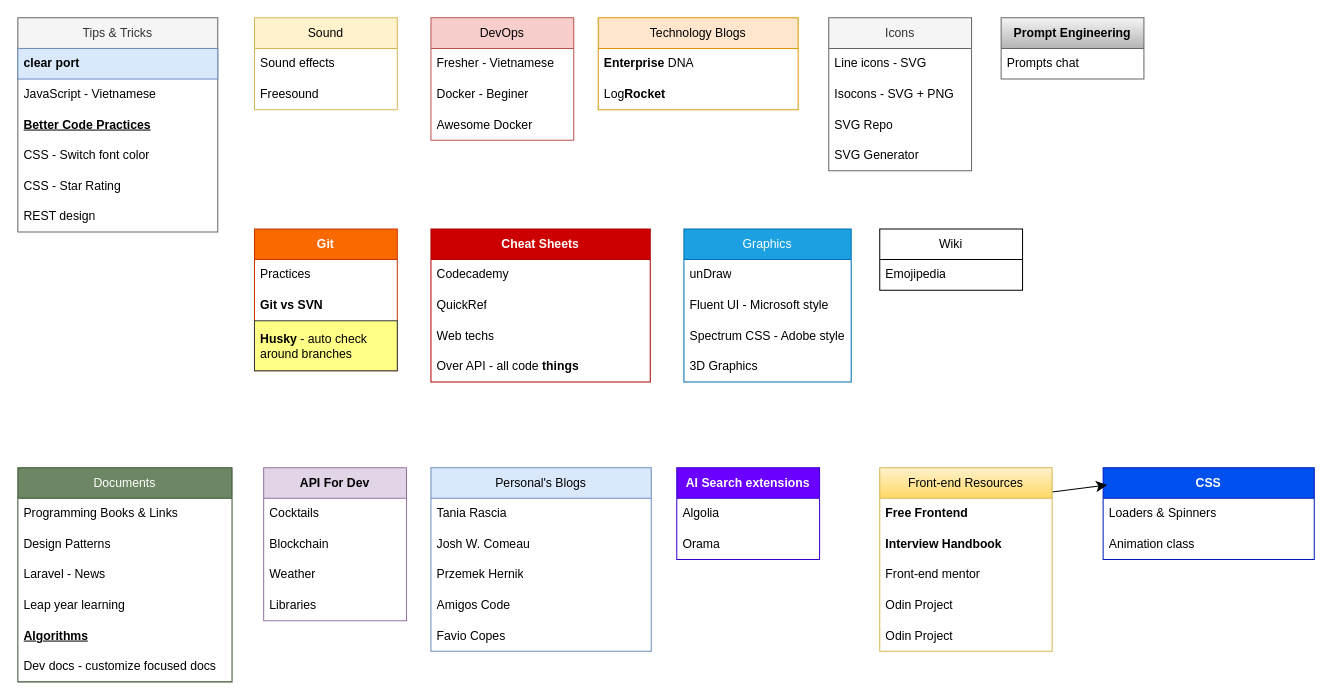
The draw.io diagram page "Resources" (4 of 5) of Link_Bookmarks.drawio in sunflynf/diagram-only, before the edit. Source tidied: cells renumbered, new cells numbered last; positions are measured from the earlier drawing's top-left corner, leaving out a move shared by most shapes. Both pictures are drawn from the tidied source at 102%, with x=0, y=0 at pixel (17, 17).
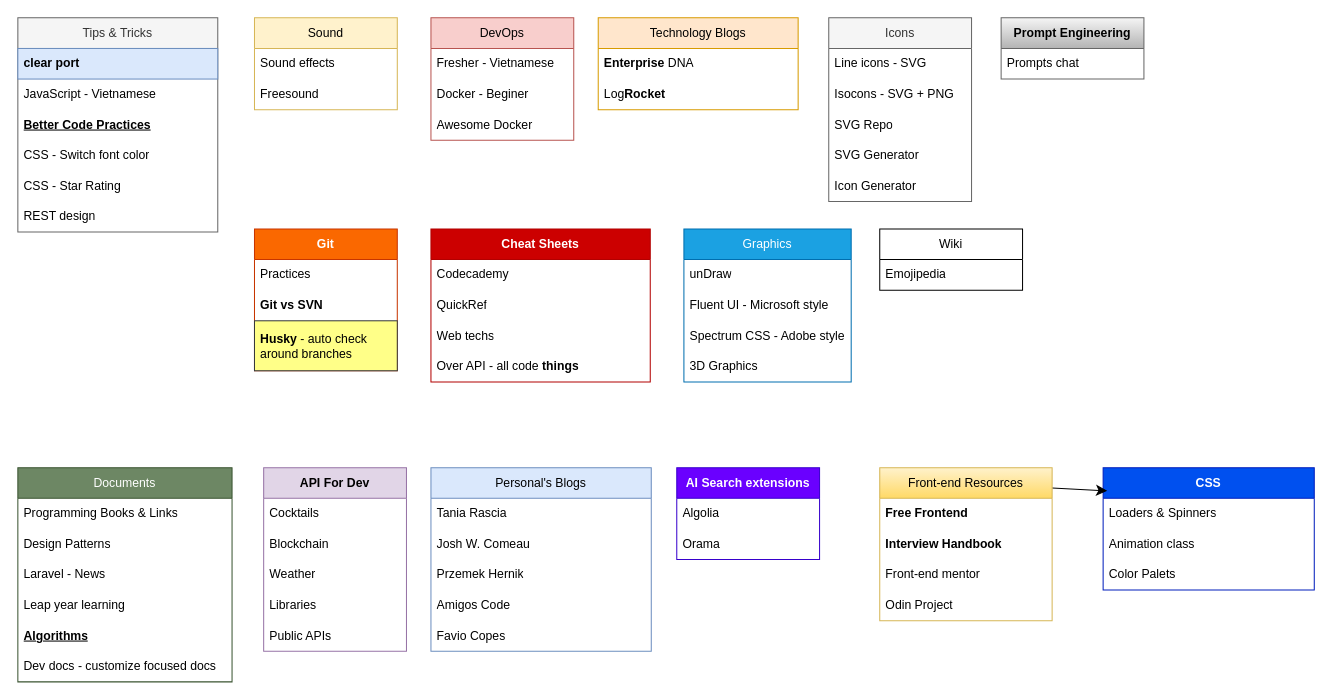
After the change.

The edit, as a diff of the source:
```diff
@@
     <mxCell id="43" value="CSS" style="swimlane;fontStyle=1;horizontal=1;startSize=30;whiteSpace=wrap;html=1;fillColor=#0050ef;fontColor=#ffffff;strokeColor=#001DBC;flipH=1;" parent="1" vertex="1">
-      <mxGeometry x="1064" y="441" width="207" height="90" as="geometry" />
+      <mxGeometry x="1064" y="441" width="207" height="120" as="geometry" />
     </mxCell>
@@
+    <mxCell id="72" value="Color Palets" style="text;strokeColor=none;fillColor=none;align=left;verticalAlign=middle;spacingLeft=4;spacingRight=4;overflow=hidden;whiteSpace=wrap;html=1;" parent="43" vertex="1">
+      <mxGeometry y="90" width="207" height="30" as="geometry" />
+    </mxCell>
@@
     <mxCell id="52" value="API For Dev" style="swimlane;fontStyle=1;horizontal=1;startSize=30;whiteSpace=wrap;html=1;fillColor=#e1d5e7;strokeColor=#9673a6;flipH=1;" parent="1" vertex="1">
-      <mxGeometry x="241" y="441" width="140" height="150" as="geometry" />
+      <mxGeometry x="241" y="441" width="140" height="180" as="geometry" />
     </mxCell>
@@
+    <mxCell id="73" value="Public APIs" style="text;strokeColor=none;fillColor=none;align=left;verticalAlign=middle;spacingLeft=4;spacingRight=4;overflow=hidden;whiteSpace=wrap;html=1;" parent="52" vertex="1">
+      <mxGeometry y="150" width="140" height="30" as="geometry" />
+    </mxCell>
@@
     <mxCell id="59" value="Icons" style="swimlane;fontStyle=0;horizontal=1;startSize=30;whiteSpace=wrap;html=1;fillColor=#f5f5f5;fontColor=#333333;strokeColor=#666666;" parent="1" vertex="1">
-      <mxGeometry x="795" width="140" height="150" as="geometry" />
+      <mxGeometry x="795" width="140" height="180" as="geometry" />
     </mxCell>
@@
+    <mxCell id="74" value="Icon Generator" style="text;strokeColor=none;fillColor=none;align=left;verticalAlign=middle;spacingLeft=4;spacingRight=4;overflow=hidden;whiteSpace=wrap;html=1;" parent="59" vertex="1">
+      <mxGeometry y="150" width="140" height="30" as="geometry" />
+    </mxCell>
@@
     <mxCell id="67" value="Front-end Resources" style="swimlane;fontStyle=0;horizontal=1;startSize=30;whiteSpace=wrap;html=1;fillColor=#fff2cc;gradientColor=#ffd966;strokeColor=#d6b656;" parent="1" vertex="1">
-      <mxGeometry x="845" y="441" width="169" height="180" as="geometry" />
+      <mxGeometry x="845" y="441" width="169" height="150" as="geometry" />
     </mxCell>
@@
-    <mxCell id="72" value="Odin Project" style="text;strokeColor=none;fillColor=none;align=left;verticalAlign=middle;spacingLeft=4;spacingRight=4;overflow=hidden;whiteSpace=wrap;html=1;" parent="67" vertex="1">
-      <mxGeometry y="150" width="169" height="30" as="geometry" />
-    </mxCell>
```
